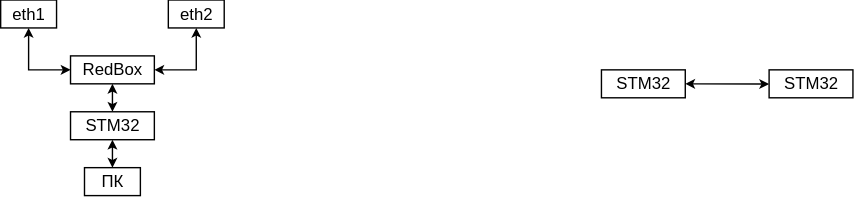
The draw.io diagram PRP.drawio.svg in Andrianov-Daniil/Block_Diagram, before a commit. Source tidied: cells renumbered, new cells last; positions are measured from the earlier drawing's top-left corner, leaving out a move shared by most shapes.
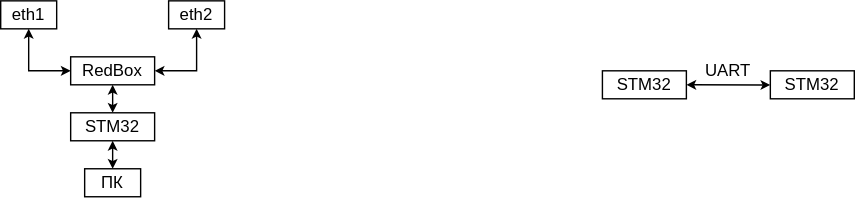
Above is the later version.

Change to the diagram source:
```diff
@@ -48,5 +48,8 @@
         <mxPoint x="550" y="60.1" as="targetPoint" />
       </mxGeometry>
     </mxCell>
+    <mxCell id="14" value="UART" style="text;html=1;whiteSpace=wrap;strokeColor=none;fillColor=none;align=center;verticalAlign=middle;rounded=0;" parent="1" vertex="1">
+      <mxGeometry x="490" y="35" width="60" height="30" as="geometry" />
+    </mxCell>
   </root>
 </mxGraphModel>
```
